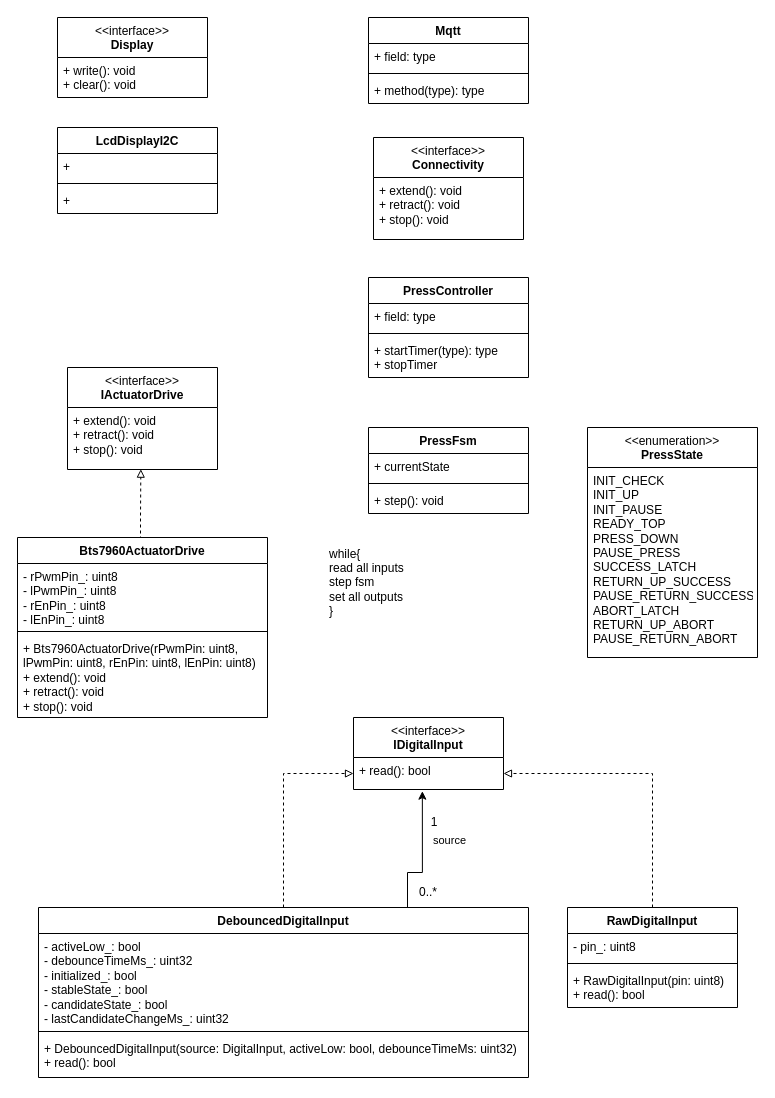
niklasdathe/Papppresse keeps this draw.io diagram as diagrams/class diagramm Papppresse.drawio. Above is the earlier version. Source tidied: cells renumbered, new cells numbered last; positions are measured from the earlier drawing's top-left corner, leaving out a move shared by most shapes. Both pictures are drawn from the tidied source at 100%, with x=0, y=0 at pixel (17, 17).
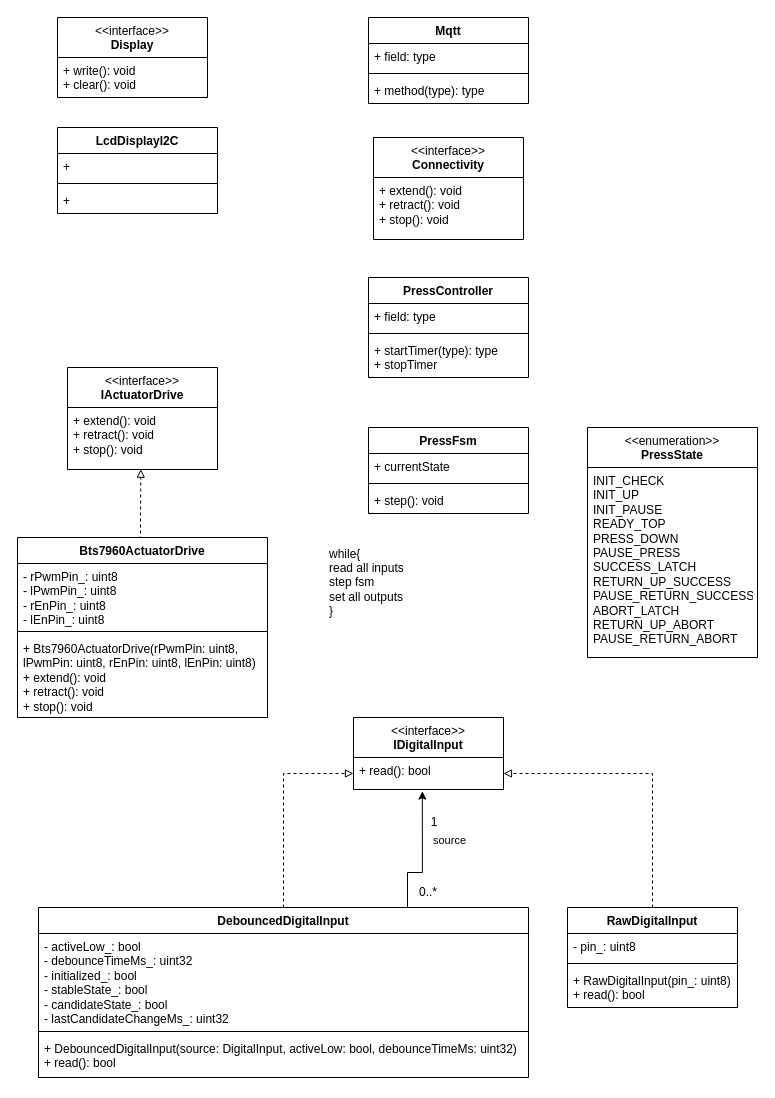
The same page after the edit.

The change refers to these unchanged cells:
```xml
<mxCell id="8" value="RawDigitalInput" style="swimlane;fontStyle=1;align=center;verticalAlign=top;horizontal=1;startSize=26;whiteSpace=wrap;html=1;" parent="1" vertex="1">
  <mxGeometry x="550" y="890" width="170" height="100" as="geometry" />
</mxCell>
```

The edit, as a diff of the source:
```diff
@@
-    <mxCell id="11" value="+ RawDigitalInput(pin: uint8)&lt;div&gt;+ read(): bool&lt;/div&gt;" style="text;strokeColor=none;fillColor=none;align=left;verticalAlign=top;spacingLeft=4;spacingRight=4;overflow=hidden;whiteSpace=wrap;html=1;" parent="8" vertex="1">
+    <mxCell id="11" value="+ RawDigitalInput(pin_: uint8)&lt;div&gt;+ read(): bool&lt;/div&gt;" style="text;strokeColor=none;fillColor=none;align=left;verticalAlign=top;spacingLeft=4;spacingRight=4;overflow=hidden;whiteSpace=wrap;html=1;" parent="8" vertex="1">
       <mxGeometry y="60" width="170" height="40" as="geometry" />
     </mxCell>
```
